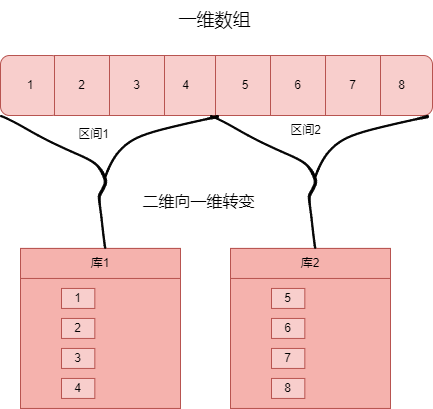
Earlier version of the draw.io export 分库分表1.0.drawio.png (youjizi/images). Source tidied: cells renumbered, new cells last; positions are measured from the earlier drawing's top-left corner, leaving out a move shared by most shapes.
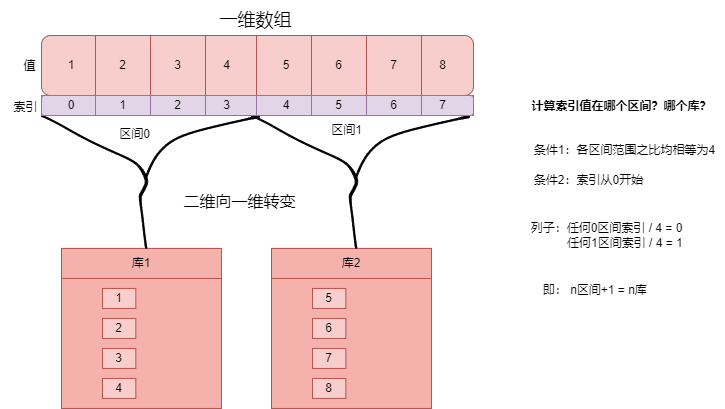
The same diagram one commit later.

Commit message:
更新分库分表1.0.drawio.png

What changed in the source:
```diff
@@ -3,7 +3,7 @@
     <mxCell id="0" />
     <mxCell id="1" parent="0" />
     <mxCell id="2" style="group;" parent="1" vertex="1">
-      <mxGeometry y="55" width="432" height="60" as="geometry" />
+      <mxGeometry y="35" width="432" height="60" as="geometry" />
     </mxCell>
     <mxCell id="3" style="group;rounded=0;" parent="2" vertex="1">
       <mxGeometry width="216" height="60" as="geometry" />
@@ -101,11 +101,65 @@
     <mxCell id="34" value="二维向一维转变" style="text;html=1;align=center;verticalAlign=middle;strokeColor=none;fillColor=none;fontSize=16;fontStyle=0;" parent="31" vertex="1">
       <mxGeometry x="-82" y="71" width="140" height="30" as="geometry" />
     </mxCell>
-    <mxCell id="35" value="区间2" style="text;html=1;align=center;verticalAlign=middle;strokeColor=none;fillColor=none;" parent="31" vertex="1">
+    <mxCell id="35" value="区间1" style="text;html=1;align=center;verticalAlign=middle;strokeColor=none;fillColor=none;" parent="31" vertex="1">
       <mxGeometry x="70" width="50" height="30" as="geometry" />
     </mxCell>
-    <mxCell id="36" value="区间1" style="text;html=1;align=center;verticalAlign=middle;strokeColor=none;fillColor=none;" parent="1" vertex="1">
+    <mxCell id="36" value="区间0" style="text;html=1;align=center;verticalAlign=middle;strokeColor=none;fillColor=none;" parent="1" vertex="1">
       <mxGeometry x="68" y="119" width="50" height="30" as="geometry" />
     </mxCell>
+    <mxCell id="37" value="&lt;b&gt;计算索引值在哪个区间？哪个库？&lt;/b&gt;" style="text;html=1;align=center;verticalAlign=middle;strokeColor=none;fillColor=none;" parent="1" vertex="1">
+      <mxGeometry x="480" y="91" width="200" height="30" as="geometry" />
+    </mxCell>
+    <mxCell id="38" value="条件1：各区间范围之比均相等为4" style="text;html=1;align=center;verticalAlign=middle;strokeColor=none;fillColor=none;" parent="1" vertex="1">
+      <mxGeometry x="483" y="135" width="200" height="30" as="geometry" />
+    </mxCell>
+    <mxCell id="39" value="即： n区间+1 = n库&amp;nbsp;" style="text;html=1;align=center;verticalAlign=middle;strokeColor=none;fillColor=none;" parent="1" vertex="1">
+      <mxGeometry x="490" y="275" width="130" height="30" as="geometry" />
+    </mxCell>
+    <mxCell id="40" value="列子：任何0区间索引 / 4 = 0&lt;br&gt;&amp;nbsp; &amp;nbsp; &amp;nbsp; &amp;nbsp; &amp;nbsp; &amp;nbsp; &amp;nbsp;任何1区间索引 / 4 = 1&amp;nbsp;&amp;nbsp;" style="text;html=1;align=center;verticalAlign=middle;strokeColor=none;fillColor=none;" parent="1" vertex="1">
+      <mxGeometry x="470" y="215" width="190" height="40" as="geometry" />
+    </mxCell>
+    <mxCell id="41" style="group;rounded=1;fillColor=#e1d5e7;strokeColor=#9673a6;" parent="1" vertex="1">
+      <mxGeometry y="95" width="432" height="20" as="geometry" />
+    </mxCell>
+    <mxCell id="42" style="group;rounded=0;fillColor=#e1d5e7;strokeColor=#9673a6;" parent="41" vertex="1">
+      <mxGeometry width="216" height="20" as="geometry" />
+    </mxCell>
+    <mxCell id="43" value="0" style="rounded=1;whiteSpace=wrap;html=1;fillColor=#e1d5e7;strokeColor=#9673a6;" parent="42" vertex="1">
+      <mxGeometry width="60" height="20" as="geometry" />
+    </mxCell>
+    <mxCell id="44" value="1" style="rounded=0;whiteSpace=wrap;html=1;fillColor=#e1d5e7;strokeColor=#9673a6;" parent="42" vertex="1">
+      <mxGeometry x="54" width="55" height="20" as="geometry" />
+    </mxCell>
+    <mxCell id="45" value="3" style="rounded=0;whiteSpace=wrap;html=1;fillColor=#e1d5e7;strokeColor=#9673a6;" parent="42" vertex="1">
+      <mxGeometry x="155" width="61" height="20" as="geometry" />
+    </mxCell>
+    <mxCell id="46" value="2" style="rounded=0;whiteSpace=wrap;html=1;fillColor=#e1d5e7;strokeColor=#9673a6;" parent="42" vertex="1">
+      <mxGeometry x="109" width="55" height="20" as="geometry" />
+    </mxCell>
+    <mxCell id="47" style="group;fillColor=#e1d5e7;strokeColor=#9673a6;" parent="41" vertex="1">
+      <mxGeometry x="216" width="216" height="20" as="geometry" />
+    </mxCell>
+    <mxCell id="48" value="4" style="rounded=0;whiteSpace=wrap;html=1;fillColor=#e1d5e7;strokeColor=#9673a6;" parent="47" vertex="1">
+      <mxGeometry x="-1" width="60" height="20" as="geometry" />
+    </mxCell>
+    <mxCell id="49" value="5" style="rounded=0;whiteSpace=wrap;html=1;fillColor=#e1d5e7;strokeColor=#9673a6;" parent="47" vertex="1">
+      <mxGeometry x="54" width="55" height="20" as="geometry" />
+    </mxCell>
+    <mxCell id="50" value="7" style="rounded=1;whiteSpace=wrap;html=1;fillColor=#e1d5e7;strokeColor=#9673a6;" parent="47" vertex="1">
+      <mxGeometry x="155" width="61" height="20" as="geometry" />
+    </mxCell>
+    <mxCell id="51" value="6" style="rounded=0;whiteSpace=wrap;html=1;fillColor=#e1d5e7;strokeColor=#9673a6;" parent="47" vertex="1">
+      <mxGeometry x="109" width="55" height="20" as="geometry" />
+    </mxCell>
+    <mxCell id="52" value="值" style="text;html=1;align=center;verticalAlign=middle;strokeColor=none;fillColor=none;" parent="1" vertex="1">
+      <mxGeometry x="-32" y="51" width="40" height="30" as="geometry" />
+    </mxCell>
+    <mxCell id="53" value="索引" style="text;html=1;align=center;verticalAlign=middle;strokeColor=none;fillColor=none;" parent="1" vertex="1">
+      <mxGeometry x="-41" y="92" width="50" height="30" as="geometry" />
+    </mxCell>
+    <mxCell id="54" value="条件2：索引从0开始" style="text;html=1;align=center;verticalAlign=middle;strokeColor=none;fillColor=none;" parent="1" vertex="1">
+      <mxGeometry x="482" y="165" width="130" height="30" as="geometry" />
+    </mxCell>
   </root>
 </mxGraphModel>
```
